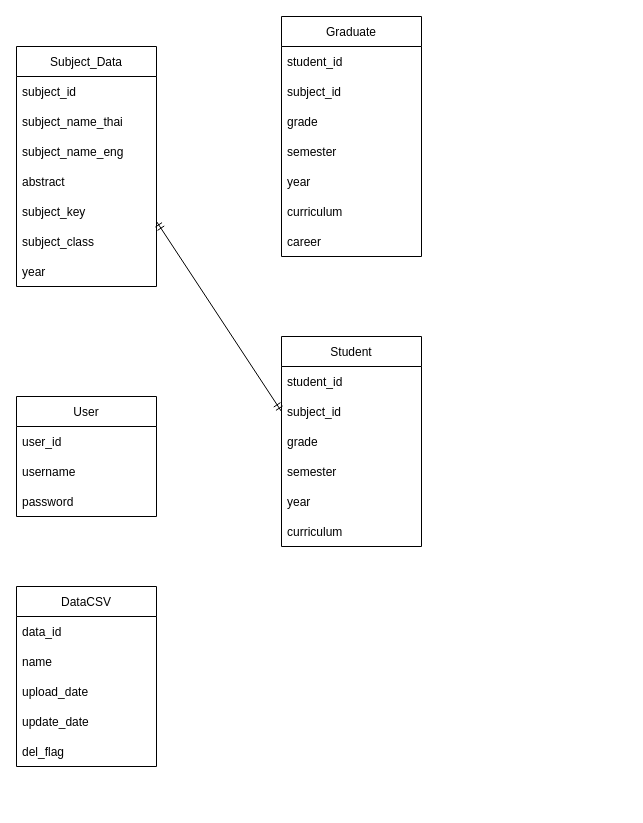
Earlier version of the draw.io diagram Design_Architecture/Dataschema.drawio (MashMaleLLO/Analytics_and_Prediction_System_for_CE_Curriculum_administrators). Source tidied: cells renumbered, new cells numbered last; positions are measured from the earlier drawing's top-left corner, leaving out a move shared by most shapes. Both pictures are drawn from the tidied source at 100%, with x=0, y=0 at pixel (16, 16).
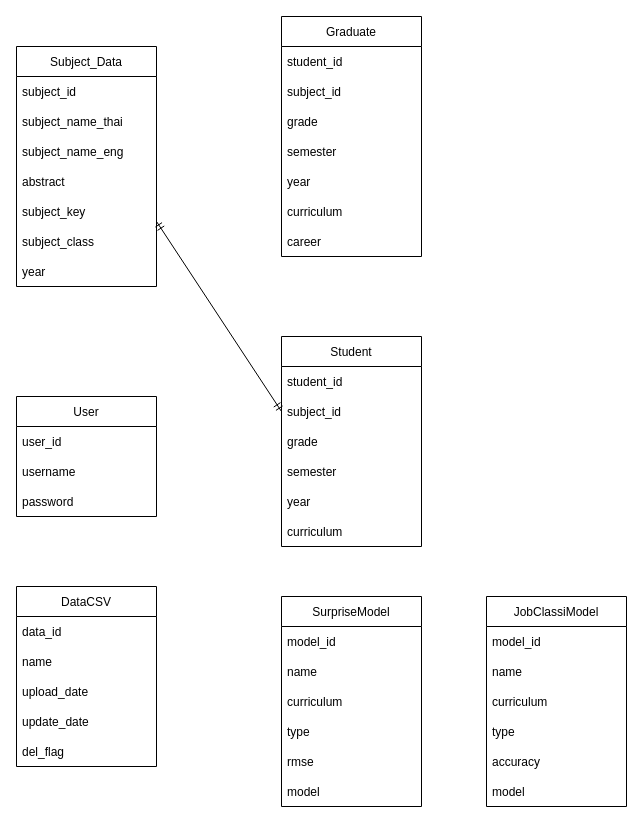
After the change.

The edit, as a diff of the source:
```diff
@@
+    <mxCell id="36" value="SurpriseModel" style="swimlane;fontStyle=0;horizontal=1;startSize=30;" parent="1" vertex="1">
+      <mxGeometry x="265" y="580" width="140" height="210" as="geometry" />
+    </mxCell>
+    <mxCell id="37" value="model_id" style="text;strokeColor=none;fillColor=none;align=left;verticalAlign=middle;spacingLeft=4;spacingRight=4;overflow=hidden;" parent="36" vertex="1">
+      <mxGeometry y="30" width="140" height="30" as="geometry" />
+    </mxCell>
+    <mxCell id="38" value="name" style="text;strokeColor=none;fillColor=none;align=left;verticalAlign=middle;spacingLeft=4;spacingRight=4;overflow=hidden;" parent="36" vertex="1">
+      <mxGeometry y="60" width="140" height="30" as="geometry" />
+    </mxCell>
+    <mxCell id="39" value="curriculum" style="text;strokeColor=none;fillColor=none;align=left;verticalAlign=middle;spacingLeft=4;spacingRight=4;overflow=hidden;" parent="36" vertex="1">
+      <mxGeometry y="90" width="140" height="30" as="geometry" />
+    </mxCell>
+    <mxCell id="40" value="type" style="text;strokeColor=none;fillColor=none;align=left;verticalAlign=middle;spacingLeft=4;spacingRight=4;overflow=hidden;" parent="36" vertex="1">
+      <mxGeometry y="120" width="140" height="30" as="geometry" />
+    </mxCell>
+    <mxCell id="41" value="rmse" style="text;strokeColor=none;fillColor=none;align=left;verticalAlign=middle;spacingLeft=4;spacingRight=4;overflow=hidden;" parent="36" vertex="1">
+      <mxGeometry y="150" width="140" height="30" as="geometry" />
+    </mxCell>
+    <mxCell id="42" value="model" style="text;strokeColor=none;fillColor=none;align=left;verticalAlign=middle;spacingLeft=4;spacingRight=4;overflow=hidden;" parent="36" vertex="1">
+      <mxGeometry y="180" width="140" height="30" as="geometry" />
+    </mxCell>
+    <mxCell id="43" value="JobClassiModel" style="swimlane;fontStyle=0;horizontal=1;startSize=30;" parent="1" vertex="1">
+      <mxGeometry x="470" y="580" width="140" height="210" as="geometry" />
+    </mxCell>
+    <mxCell id="44" value="model_id" style="text;strokeColor=none;fillColor=none;align=left;verticalAlign=middle;spacingLeft=4;spacingRight=4;overflow=hidden;" parent="43" vertex="1">
+      <mxGeometry y="30" width="140" height="30" as="geometry" />
+    </mxCell>
+    <mxCell id="45" value="name" style="text;strokeColor=none;fillColor=none;align=left;verticalAlign=middle;spacingLeft=4;spacingRight=4;overflow=hidden;" parent="43" vertex="1">
+      <mxGeometry y="60" width="140" height="30" as="geometry" />
+    </mxCell>
+    <mxCell id="46" value="curriculum" style="text;strokeColor=none;fillColor=none;align=left;verticalAlign=middle;spacingLeft=4;spacingRight=4;overflow=hidden;" parent="43" vertex="1">
+      <mxGeometry y="90" width="140" height="30" as="geometry" />
+    </mxCell>
+    <mxCell id="47" value="type" style="text;strokeColor=none;fillColor=none;align=left;verticalAlign=middle;spacingLeft=4;spacingRight=4;overflow=hidden;" parent="43" vertex="1">
+      <mxGeometry y="120" width="140" height="30" as="geometry" />
+    </mxCell>
+    <mxCell id="48" value="accuracy" style="text;strokeColor=none;fillColor=none;align=left;verticalAlign=middle;spacingLeft=4;spacingRight=4;overflow=hidden;" parent="43" vertex="1">
+      <mxGeometry y="150" width="140" height="30" as="geometry" />
+    </mxCell>
+    <mxCell id="49" value="model" style="text;strokeColor=none;fillColor=none;align=left;verticalAlign=middle;spacingLeft=4;spacingRight=4;overflow=hidden;" parent="43" vertex="1">
+      <mxGeometry y="180" width="140" height="30" as="geometry" />
+    </mxCell>
```
